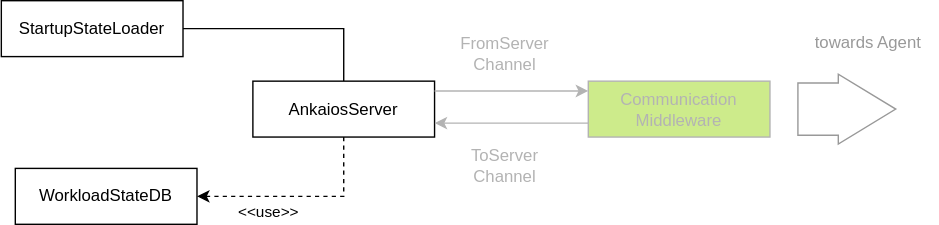
Above: server/doc/swdesign/drawio/comp_overview.drawio.svg in eclipse-ankaios/ankaios (draw.io), before the change. Source tidied: cells renumbered, new cells last; positions are measured from the earlier drawing's top-left corner, leaving out a move shared by most shapes.
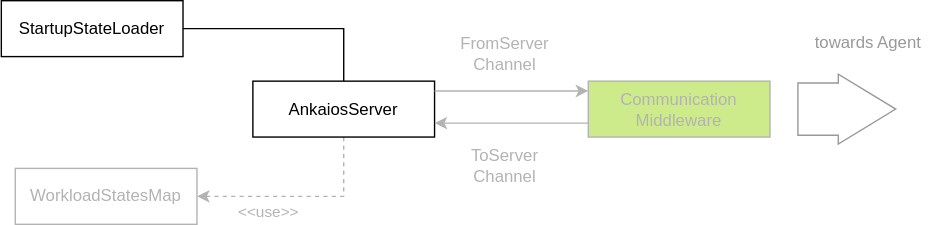
The same file after the commit.

Change to the diagram source:
```diff
@@ -5,10 +5,10 @@
     <mxCell id="2" style="edgeStyle=orthogonalEdgeStyle;rounded=0;jettySize=auto;html=1;exitX=0.5;exitY=0;exitDx=0;exitDy=0;entryX=1;entryY=0.5;entryDx=0;entryDy=0;fontColor=#000000;endArrow=none;endFill=0;" parent="1" edge="1" source="5" target="8">
       <mxGeometry relative="1" as="geometry" />
     </mxCell>
-    <mxCell id="3" style="edgeStyle=orthogonalEdgeStyle;rounded=0;jettySize=auto;html=1;exitX=0.5;exitY=1;exitDx=0;exitDy=0;entryX=1;entryY=0.5;entryDx=0;entryDy=0;fontColor=#000000;endArrow=classic;endFill=1;dashed=1;" parent="1" edge="1" source="5" target="6">
+    <mxCell id="3" style="edgeStyle=orthogonalEdgeStyle;rounded=0;jettySize=auto;html=1;exitX=0.5;exitY=1;exitDx=0;exitDy=0;entryX=1;entryY=0.5;entryDx=0;entryDy=0;fontColor=#B3B3B3;endArrow=classic;endFill=1;dashed=1;strokeColor=#B3B3B3;" parent="1" edge="1" source="5" target="6">
       <mxGeometry relative="1" as="geometry" />
     </mxCell>
-    <mxCell id="4" value="&amp;lt;&amp;lt;use&amp;gt;&amp;gt;" style="edgeLabel;html=1;align=center;verticalAlign=middle;fontColor=#000000;" parent="3" vertex="1">
+    <mxCell id="4" value="&amp;lt;&amp;lt;use&amp;gt;&amp;gt;" style="edgeLabel;html=1;align=center;verticalAlign=middle;fontColor=#B3B3B3;" parent="3" vertex="1">
       <mxGeometry x="-0.18" y="1" relative="1" as="geometry">
         <mxPoint x="-37" y="9" as="offset" />
       </mxGeometry>
@@ -16,7 +16,7 @@
     <mxCell id="5" value="AnkaiosServer" style="rounded=0;whiteSpace=wrap;html=1;" parent="1" vertex="1">
       <mxGeometry x="180" y="57.6" width="130" height="40" as="geometry" />
     </mxCell>
-    <mxCell id="6" value="WorkloadStateDB" style="rounded=0;whiteSpace=wrap;html=1;" parent="1" vertex="1">
+    <mxCell id="6" value="WorkloadStatesMap" style="rounded=0;whiteSpace=wrap;html=1;strokeColor=#B3B3B3;fontColor=#B3B3B3;" parent="1" vertex="1">
       <mxGeometry x="10" y="120" width="130" height="40" as="geometry" />
     </mxCell>
     <mxCell id="7" value="Communication&lt;br&gt;Middleware" style="rounded=0;whiteSpace=wrap;html=1;fillColor=#cdeb8b;strokeColor=#B3B3B3;fontColor=#B3B3B3;" parent="1" vertex="1">
```
